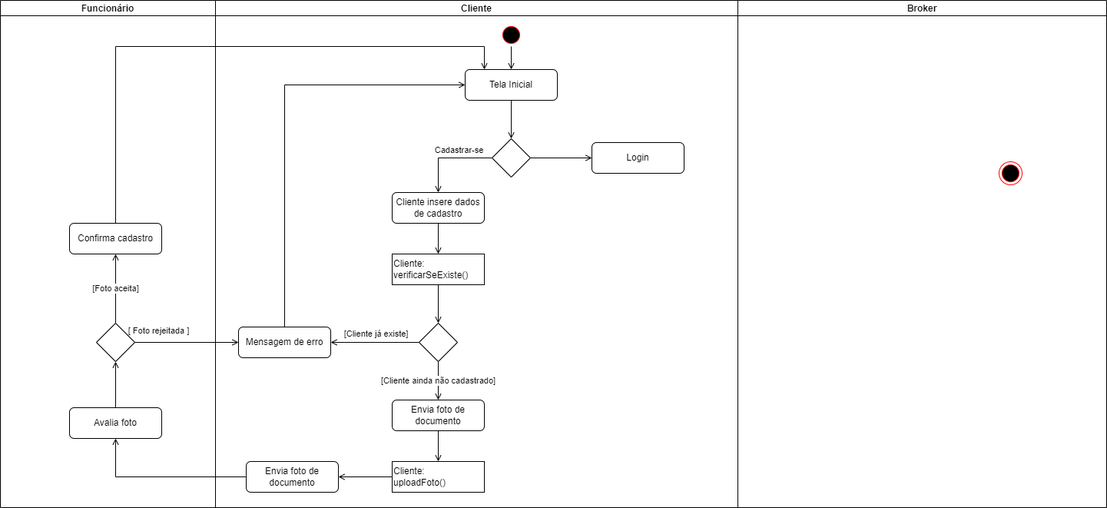
Above: DiagramaAtividades.drawio.png in EijiDogen/FEI_MDSMarket (draw.io), before the change. Source tidied: cells renumbered, new cells last; positions are measured from the earlier drawing's top-left corner, leaving out a move shared by most shapes. Source of this version:
```xml
<mxGraphModel>
  <root>
    <mxCell id="0" />
    <mxCell id="1" value="Swimlanes" parent="0" />
    <mxCell id="2" value="Cliente" style="swimlane;startSize=20;" parent="1" vertex="1">
      <mxGeometry x="280" width="680" height="660" as="geometry" />
    </mxCell>
    <mxCell id="3" value="Funcionário" style="swimlane;startSize=20;" parent="1" vertex="1">
      <mxGeometry width="280" height="660" as="geometry" />
    </mxCell>
    <mxCell id="4" value="Broker" style="swimlane;startSize=20;" parent="1" vertex="1">
      <mxGeometry x="960" width="480" height="660" as="geometry" />
    </mxCell>
    <mxCell id="5" style="edgeStyle=orthogonalEdgeStyle;rounded=0;jettySize=auto;html=1;endArrow=open;endFill=0;" parent="1" edge="1" source="6" target="31">
      <mxGeometry relative="1" as="geometry" />
    </mxCell>
    <mxCell id="6" value="Envia foto de documento" style="rounded=1;whiteSpace=wrap;html=1;" parent="1" vertex="1">
      <mxGeometry x="320" y="600" width="120" height="40" as="geometry" />
    </mxCell>
    <mxCell id="7" style="edgeStyle=orthogonalEdgeStyle;rounded=0;jettySize=auto;html=1;endArrow=open;endFill=0;" parent="1" edge="1" source="29" target="6">
      <mxGeometry relative="1" as="geometry" />
    </mxCell>
    <mxCell id="8" value="Untitled Layer" parent="0" />
    <mxCell id="9" style="edgeStyle=orthogonalEdgeStyle;rounded=0;jettySize=auto;html=1;endArrow=open;endFill=0;" parent="8" edge="1" source="10" target="15">
      <mxGeometry relative="1" as="geometry" />
    </mxCell>
    <mxCell id="10" style="ellipse;html=1;shape=startState;fillColor=#000000;strokeColor=#ff0000;" parent="8" vertex="1">
      <mxGeometry x="650" y="30" width="30" height="30" as="geometry" />
    </mxCell>
    <mxCell id="11" style="ellipse;html=1;shape=endState;fillColor=#000000;strokeColor=#ff0000;" parent="8" vertex="1">
      <mxGeometry x="1300" y="210" width="30" height="30" as="geometry" />
    </mxCell>
    <mxCell id="12" style="edgeStyle=orthogonalEdgeStyle;rounded=0;jettySize=auto;html=1;endArrow=open;endFill=0;" parent="8" edge="1" source="13" target="24">
      <mxGeometry relative="1" as="geometry" />
    </mxCell>
    <mxCell id="13" value="Cliente:&lt;br&gt;verificarSeExiste()" style="rounded=0;whiteSpace=wrap;html=1;align=left;" parent="8" vertex="1">
      <mxGeometry x="510" y="330" width="120" height="40" as="geometry" />
    </mxCell>
    <mxCell id="14" style="edgeStyle=orthogonalEdgeStyle;rounded=0;jettySize=auto;html=1;endArrow=open;endFill=0;" parent="8" edge="1" source="15" target="18">
      <mxGeometry relative="1" as="geometry" />
    </mxCell>
    <mxCell id="15" value="Tela Inicial" style="rounded=1;whiteSpace=wrap;html=1;" parent="8" vertex="1">
      <mxGeometry x="605" y="90" width="120" height="40" as="geometry" />
    </mxCell>
    <mxCell id="16" value="Cadastrar-se" style="edgeStyle=orthogonalEdgeStyle;rounded=0;jettySize=auto;html=1;endArrow=open;endFill=0;" parent="8" edge="1" source="18" target="20">
      <mxGeometry x="-0.25" y="-10" relative="1" as="geometry" />
    </mxCell>
    <mxCell id="17" style="edgeStyle=orthogonalEdgeStyle;rounded=0;jettySize=auto;html=1;endArrow=open;endFill=0;" parent="8" edge="1" source="18" target="21">
      <mxGeometry relative="1" as="geometry" />
    </mxCell>
    <mxCell id="18" style="rhombus;whiteSpace=wrap;html=1;" parent="8" vertex="1">
      <mxGeometry x="640" y="180" width="50" height="50" as="geometry" />
    </mxCell>
    <mxCell id="19" style="edgeStyle=orthogonalEdgeStyle;rounded=0;jettySize=auto;html=1;endArrow=open;endFill=0;" parent="8" edge="1" source="20" target="13">
      <mxGeometry relative="1" as="geometry" />
    </mxCell>
    <mxCell id="20" value="Cliente insere dados de cadastro" style="rounded=1;whiteSpace=wrap;html=1;" parent="8" vertex="1">
      <mxGeometry x="510" y="250" width="120" height="40" as="geometry" />
    </mxCell>
    <mxCell id="21" value="Login" style="rounded=1;whiteSpace=wrap;html=1;" parent="8" vertex="1">
      <mxGeometry x="770" y="185" width="120" height="40" as="geometry" />
    </mxCell>
    <mxCell id="22" value="[Cliente já existe]" style="edgeStyle=orthogonalEdgeStyle;rounded=0;jettySize=auto;html=1;endArrow=open;endFill=0;" parent="8" edge="1" source="24" target="26">
      <mxGeometry x="-0.03" y="-11" relative="1" as="geometry" />
    </mxCell>
    <mxCell id="23" value="[Cliente ainda não cadastrado]" style="edgeStyle=orthogonalEdgeStyle;rounded=0;jettySize=auto;html=1;endArrow=open;endFill=0;" parent="8" edge="1" source="24" target="28">
      <mxGeometry relative="1" as="geometry" />
    </mxCell>
    <mxCell id="24" style="rhombus;whiteSpace=wrap;html=1;" parent="8" vertex="1">
      <mxGeometry x="545" y="420" width="50" height="50" as="geometry" />
    </mxCell>
    <mxCell id="25" style="edgeStyle=orthogonalEdgeStyle;rounded=0;jettySize=auto;html=1;endArrow=open;endFill=0;" parent="8" edge="1" source="26" target="15">
      <mxGeometry relative="1" as="geometry">
        <Array as="points">
          <mxPoint x="370" y="110" />
        </Array>
      </mxGeometry>
    </mxCell>
    <mxCell id="26" value="Mensagem de erro" style="rounded=1;whiteSpace=wrap;html=1;" parent="8" vertex="1">
      <mxGeometry x="310" y="425" width="120" height="40" as="geometry" />
    </mxCell>
    <mxCell id="27" style="edgeStyle=orthogonalEdgeStyle;rounded=0;jettySize=auto;html=1;endArrow=open;endFill=0;" parent="8" edge="1" source="28" target="29">
      <mxGeometry relative="1" as="geometry" />
    </mxCell>
    <mxCell id="28" value="Envia foto de documento" style="rounded=1;whiteSpace=wrap;html=1;" parent="8" vertex="1">
      <mxGeometry x="510" y="520" width="120" height="40" as="geometry" />
    </mxCell>
    <mxCell id="29" value="Cliente:&lt;br&gt;uploadFoto()" style="rounded=0;whiteSpace=wrap;html=1;align=left;" parent="8" vertex="1">
      <mxGeometry x="510" y="600" width="120" height="40" as="geometry" />
    </mxCell>
    <mxCell id="30" style="edgeStyle=orthogonalEdgeStyle;rounded=0;jettySize=auto;html=1;endArrow=open;endFill=0;" parent="8" edge="1" source="31" target="34">
      <mxGeometry relative="1" as="geometry" />
    </mxCell>
    <mxCell id="31" value="Avalia foto" style="rounded=1;whiteSpace=wrap;html=1;" parent="8" vertex="1">
      <mxGeometry x="90" y="530" width="120" height="40" as="geometry" />
    </mxCell>
    <mxCell id="32" value="[ Foto rejeitada ]" style="edgeStyle=orthogonalEdgeStyle;rounded=0;jettySize=auto;html=1;endArrow=open;endFill=0;" parent="8" edge="1" source="34" target="26">
      <mxGeometry x="-0.54" y="15" relative="1" as="geometry" />
    </mxCell>
    <mxCell id="33" value="[Foto aceita]" style="edgeStyle=orthogonalEdgeStyle;rounded=0;jettySize=auto;html=1;endArrow=open;endFill=0;" parent="8" edge="1" source="34" target="36">
      <mxGeometry relative="1" as="geometry" />
    </mxCell>
    <mxCell id="34" style="rhombus;whiteSpace=wrap;html=1;" parent="8" vertex="1">
      <mxGeometry x="125" y="420" width="50" height="50" as="geometry" />
    </mxCell>
    <mxCell id="35" style="edgeStyle=orthogonalEdgeStyle;rounded=0;jettySize=auto;html=1;endArrow=open;endFill=0;" parent="8" edge="1" source="36" target="15">
      <mxGeometry relative="1" as="geometry">
        <Array as="points">
          <mxPoint x="150" y="60" />
          <mxPoint x="630" y="60" />
        </Array>
      </mxGeometry>
    </mxCell>
    <mxCell id="36" value="Confirma cadastro" style="rounded=1;whiteSpace=wrap;html=1;" parent="8" vertex="1">
      <mxGeometry x="90" y="290" width="120" height="40" as="geometry" />
    </mxCell>
  </root>
</mxGraphModel>
```
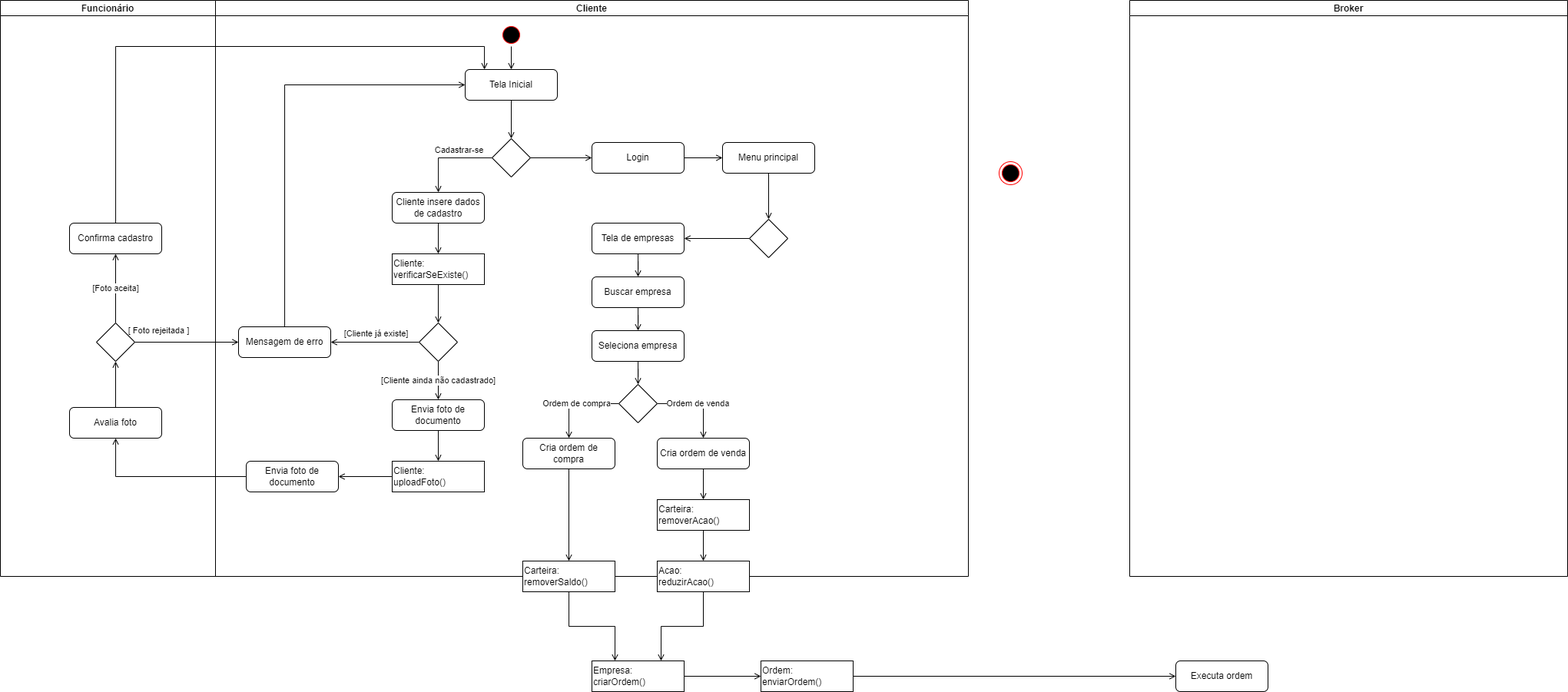
The same diagram one commit later.

The edit, as a diff of the source:
```diff
@@ -3,13 +3,13 @@
     <mxCell id="0" />
     <mxCell id="1" value="Swimlanes" parent="0" />
     <mxCell id="2" value="Cliente" style="swimlane;startSize=20;" parent="1" vertex="1">
-      <mxGeometry x="280" width="680" height="660" as="geometry" />
+      <mxGeometry x="280" width="980" height="750" as="geometry" />
     </mxCell>
     <mxCell id="3" value="Funcionário" style="swimlane;startSize=20;" parent="1" vertex="1">
-      <mxGeometry width="280" height="660" as="geometry" />
+      <mxGeometry width="280" height="750" as="geometry" />
     </mxCell>
     <mxCell id="4" value="Broker" style="swimlane;startSize=20;" parent="1" vertex="1">
-      <mxGeometry x="960" width="480" height="660" as="geometry" />
+      <mxGeometry x="1470" width="570" height="750" as="geometry" />
     </mxCell>
     <mxCell id="5" style="edgeStyle=orthogonalEdgeStyle;rounded=0;jettySize=auto;html=1;endArrow=open;endFill=0;" parent="1" edge="1" source="6" target="31">
       <mxGeometry relative="1" as="geometry" />
@@ -57,6 +57,9 @@
     <mxCell id="20" value="Cliente insere dados de cadastro" style="rounded=1;whiteSpace=wrap;html=1;" parent="8" vertex="1">
       <mxGeometry x="510" y="250" width="120" height="40" as="geometry" />
     </mxCell>
+    <mxCell id="37" style="edgeStyle=orthogonalEdgeStyle;rounded=0;jettySize=auto;html=1;endArrow=open;endFill=0;" parent="8" edge="1" source="21" target="41">
+      <mxGeometry relative="1" as="geometry" />
+    </mxCell>
     <mxCell id="21" value="Login" style="rounded=1;whiteSpace=wrap;html=1;" parent="8" vertex="1">
       <mxGeometry x="770" y="185" width="120" height="40" as="geometry" />
     </mxCell>
@@ -114,5 +117,97 @@
     <mxCell id="36" value="Confirma cadastro" style="rounded=1;whiteSpace=wrap;html=1;" parent="8" vertex="1">
       <mxGeometry x="90" y="290" width="120" height="40" as="geometry" />
     </mxCell>
+    <mxCell id="38" style="edgeStyle=orthogonalEdgeStyle;rounded=0;jettySize=auto;html=1;endArrow=open;endFill=0;" parent="8" edge="1" source="39" target="43">
+      <mxGeometry relative="1" as="geometry" />
+    </mxCell>
+    <mxCell id="39" style="rhombus;whiteSpace=wrap;html=1;" parent="8" vertex="1">
+      <mxGeometry x="975" y="285" width="50" height="50" as="geometry" />
+    </mxCell>
+    <mxCell id="40" style="edgeStyle=orthogonalEdgeStyle;rounded=0;jettySize=auto;html=1;endArrow=open;endFill=0;" parent="8" edge="1" source="41" target="39">
+      <mxGeometry relative="1" as="geometry" />
+    </mxCell>
+    <mxCell id="41" value="Menu principal" style="rounded=1;whiteSpace=wrap;html=1;" parent="8" vertex="1">
+      <mxGeometry x="940" y="185" width="120" height="40" as="geometry" />
+    </mxCell>
+    <mxCell id="42" style="edgeStyle=orthogonalEdgeStyle;rounded=0;jettySize=auto;html=1;endArrow=open;endFill=0;" parent="8" edge="1" source="43" target="45">
+      <mxGeometry relative="1" as="geometry" />
+    </mxCell>
+    <mxCell id="43" value="Tela de empresas" style="rounded=1;whiteSpace=wrap;html=1;" parent="8" vertex="1">
+      <mxGeometry x="770" y="290" width="120" height="40" as="geometry" />
+    </mxCell>
+    <mxCell id="44" style="edgeStyle=orthogonalEdgeStyle;rounded=0;jettySize=auto;html=1;endArrow=open;endFill=0;" parent="8" edge="1" source="45" target="47">
+      <mxGeometry relative="1" as="geometry" />
+    </mxCell>
+    <mxCell id="45" value="Buscar empresa" style="rounded=1;whiteSpace=wrap;html=1;" parent="8" vertex="1">
+      <mxGeometry x="770" y="360" width="120" height="40" as="geometry" />
+    </mxCell>
+    <mxCell id="46" style="edgeStyle=orthogonalEdgeStyle;rounded=0;jettySize=auto;html=1;endArrow=open;endFill=0;" parent="8" edge="1" source="47" target="55">
+      <mxGeometry relative="1" as="geometry" />
+    </mxCell>
+    <mxCell id="47" value="Seleciona empresa" style="rounded=1;whiteSpace=wrap;html=1;" parent="8" vertex="1">
+      <mxGeometry x="770" y="430" width="120" height="40" as="geometry" />
+    </mxCell>
+    <mxCell id="48" value="Executa ordem" style="rounded=1;whiteSpace=wrap;html=1;" parent="8" vertex="1">
+      <mxGeometry x="1530" y="860" width="120" height="40" as="geometry" />
+    </mxCell>
+    <mxCell id="49" style="edgeStyle=orthogonalEdgeStyle;rounded=0;jettySize=auto;html=1;endArrow=open;endFill=0;" parent="8" edge="1" source="50" target="52">
+      <mxGeometry relative="1" as="geometry" />
+    </mxCell>
+    <mxCell id="50" value="Empresa:&lt;br&gt;criarOrdem()" style="rounded=0;whiteSpace=wrap;html=1;align=left;" parent="8" vertex="1">
+      <mxGeometry x="770" y="860" width="120" height="40" as="geometry" />
+    </mxCell>
+    <mxCell id="51" style="edgeStyle=orthogonalEdgeStyle;rounded=0;jettySize=auto;html=1;endArrow=open;endFill=0;" parent="8" edge="1" source="52" target="48">
+      <mxGeometry relative="1" as="geometry" />
+    </mxCell>
+    <mxCell id="52" value="Ordem:&lt;br&gt;enviarOrdem()" style="rounded=0;whiteSpace=wrap;html=1;align=left;" parent="8" vertex="1">
+      <mxGeometry x="990" y="860" width="120" height="40" as="geometry" />
+    </mxCell>
+    <mxCell id="53" value="Ordem de venda" style="edgeStyle=orthogonalEdgeStyle;rounded=0;jettySize=auto;html=1;endArrow=open;endFill=0;" parent="8" edge="1" source="55" target="59">
+      <mxGeometry relative="1" as="geometry">
+        <Array as="points">
+          <mxPoint x="915" y="525" />
+        </Array>
+      </mxGeometry>
+    </mxCell>
+    <mxCell id="54" value="Ordem de compra" style="edgeStyle=orthogonalEdgeStyle;rounded=0;jettySize=auto;html=1;endArrow=open;endFill=0;" parent="8" edge="1" source="55" target="57">
+      <mxGeometry relative="1" as="geometry">
+        <Array as="points">
+          <mxPoint x="740" y="525" />
+        </Array>
+      </mxGeometry>
+    </mxCell>
+    <mxCell id="55" style="rhombus;whiteSpace=wrap;html=1;" parent="8" vertex="1">
+      <mxGeometry x="805" y="500" width="50" height="50" as="geometry" />
+    </mxCell>
+    <mxCell id="56" style="edgeStyle=orthogonalEdgeStyle;rounded=0;jettySize=auto;html=1;endArrow=open;endFill=0;" parent="8" edge="1" source="57" target="61">
+      <mxGeometry relative="1" as="geometry" />
+    </mxCell>
+    <mxCell id="57" value="Cria ordem de compra" style="rounded=1;whiteSpace=wrap;html=1;" parent="8" vertex="1">
+      <mxGeometry x="680" y="570" width="120" height="40" as="geometry" />
+    </mxCell>
+    <mxCell id="58" style="edgeStyle=orthogonalEdgeStyle;rounded=0;jettySize=auto;html=1;endArrow=open;endFill=0;" parent="8" edge="1" source="59" target="63">
+      <mxGeometry relative="1" as="geometry" />
+    </mxCell>
+    <mxCell id="59" value="Cria ordem de venda" style="rounded=1;whiteSpace=wrap;html=1;" parent="8" vertex="1">
+      <mxGeometry x="855" y="570" width="120" height="40" as="geometry" />
+    </mxCell>
+    <mxCell id="60" style="edgeStyle=orthogonalEdgeStyle;rounded=0;jettySize=auto;html=1;entryX=0.25;entryY=0;entryDx=0;entryDy=0;endArrow=open;endFill=0;" parent="8" edge="1" source="61" target="50">
+      <mxGeometry relative="1" as="geometry" />
+    </mxCell>
+    <mxCell id="61" value="Carteira:&lt;br&gt;removerSaldo()" style="rounded=0;whiteSpace=wrap;html=1;align=left;" parent="8" vertex="1">
+      <mxGeometry x="680" y="730" width="120" height="40" as="geometry" />
+    </mxCell>
+    <mxCell id="62" style="edgeStyle=orthogonalEdgeStyle;rounded=0;jettySize=auto;html=1;endArrow=open;endFill=0;" parent="8" edge="1" source="63" target="65">
+      <mxGeometry relative="1" as="geometry" />
+    </mxCell>
+    <mxCell id="63" value="Carteira:&lt;br&gt;removerAcao()" style="rounded=0;whiteSpace=wrap;html=1;align=left;" parent="8" vertex="1">
+      <mxGeometry x="855" y="650" width="120" height="40" as="geometry" />
+    </mxCell>
+    <mxCell id="64" style="edgeStyle=orthogonalEdgeStyle;rounded=0;jettySize=auto;html=1;endArrow=open;endFill=0;entryX=0.75;entryY=0;entryDx=0;entryDy=0;" parent="8" edge="1" source="65" target="50">
+      <mxGeometry relative="1" as="geometry" />
+    </mxCell>
+    <mxCell id="65" value="Acao:&lt;br&gt;reduzirAcao()" style="rounded=0;whiteSpace=wrap;html=1;align=left;" parent="8" vertex="1">
+      <mxGeometry x="855" y="730" width="120" height="40" as="geometry" />
+    </mxCell>
   </root>
 </mxGraphModel>
```
